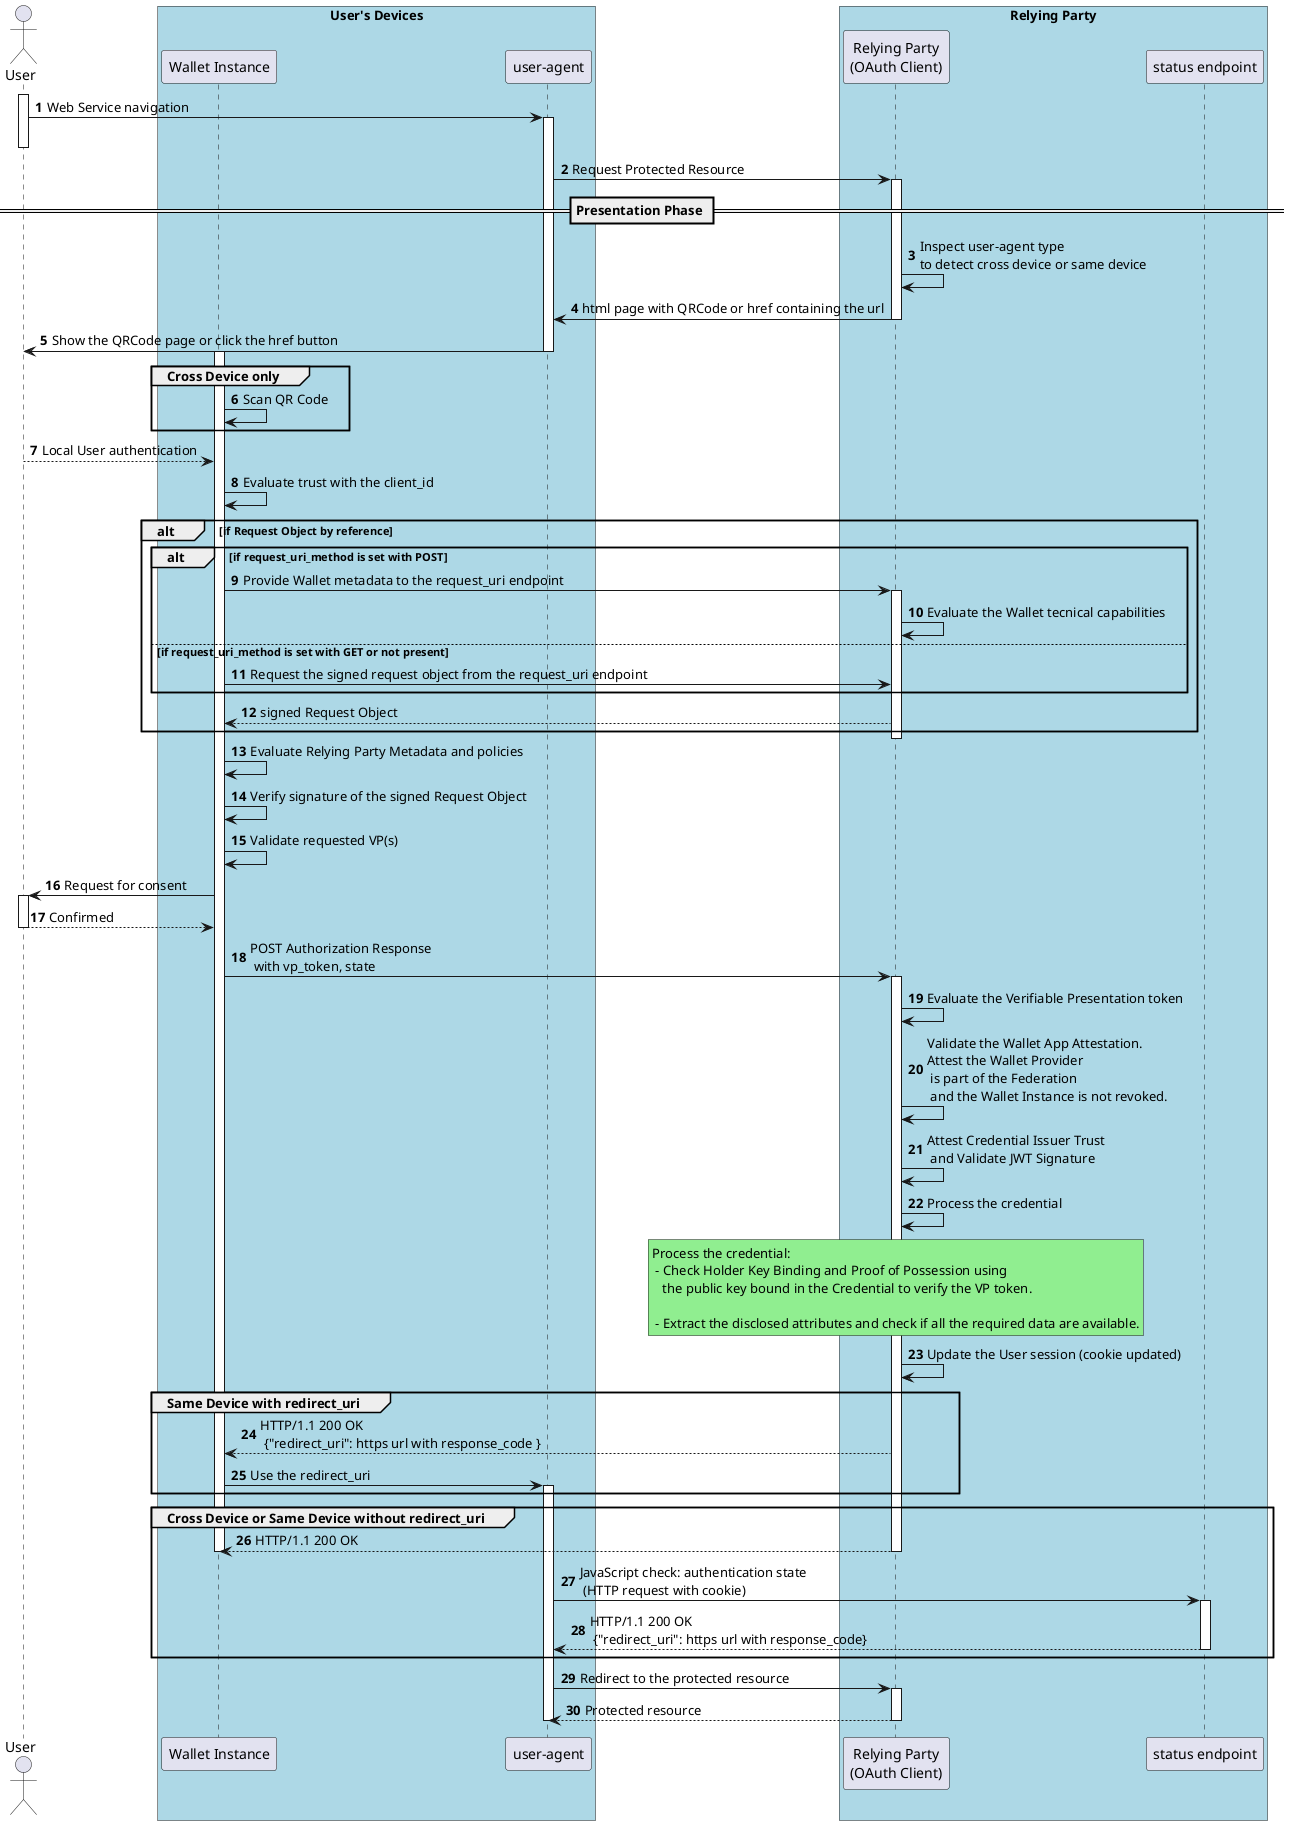
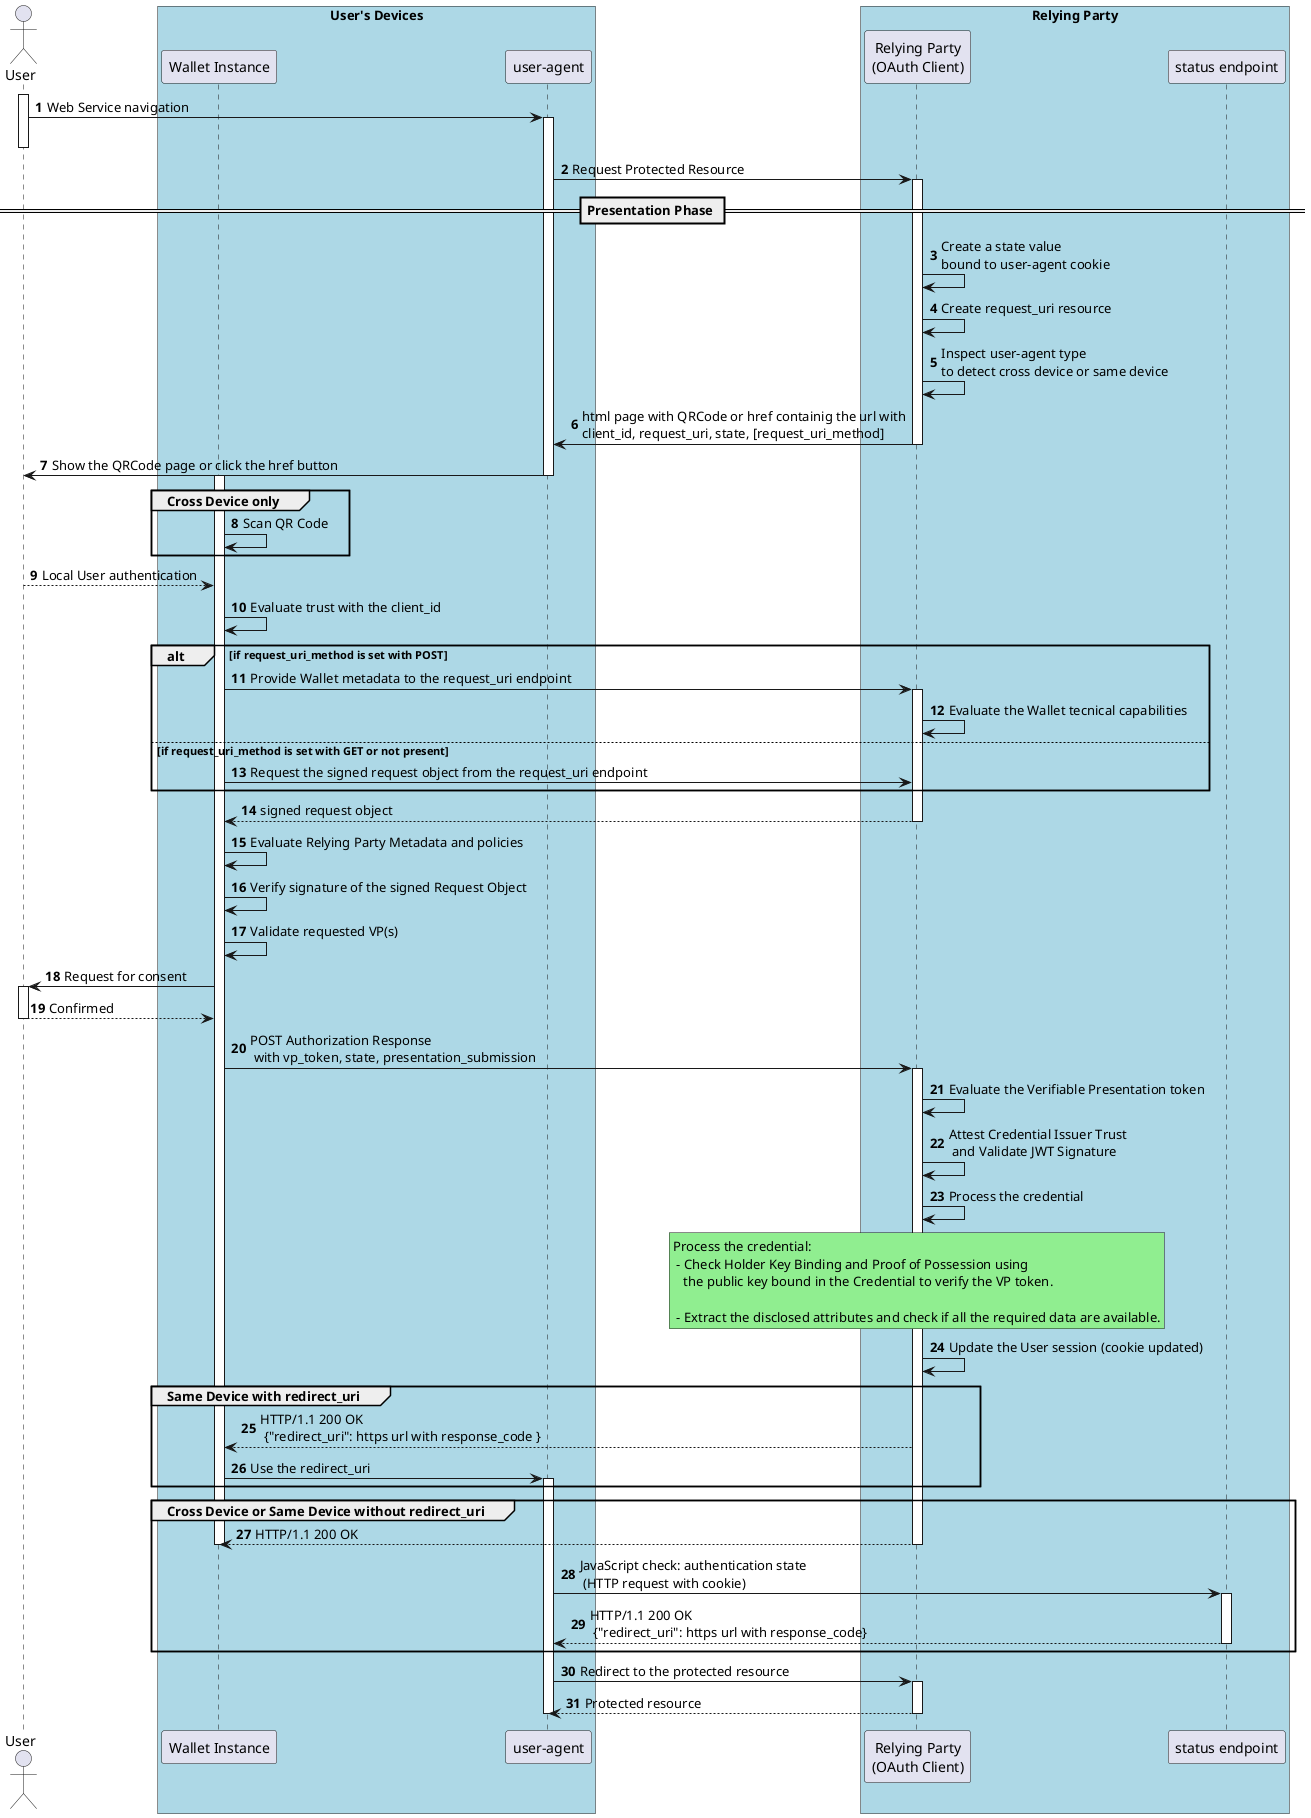
- @startuml Low-Level Remote Protocol Flow
+ @startuml
autonumber


Actor "User" as u

box "User's Devices" #LightBlue
participant "Wallet Instance" as w
participant "user-agent" as ua
end box

box "Relying Party" #LightBlue
participant "Relying Party\n(OAuth Client)" as ve
participant "status endpoint" as se
end box



activate u
u -> ua: Web Service navigation
activate ua
deactivate u
ua -> ve: Request Protected Resource

== Presentation Phase ==
activate ve
+ ve -> ve: Create a state value\nbound to user-agent cookie
+ ve -> ve: Create request_uri resource
ve -> ve: Inspect user-agent type\nto detect cross device or same device
- ve -> ua: html page with QRCode or href containing the url
+ ve -> ua: html page with QRCode or href containig the url with\nclient_id, request_uri, state, [request_uri_method]
deactivate ve


ua -> u: Show the QRCode page or click the href button
deactivate ua
activate w

group Cross Device only
w -> w: Scan QR Code
end

u --> w: Local User authentication

w -> w: Evaluate trust with the client_id

- alt if Request Object by reference
-     alt if request_uri_method is set with POST
-        w -> ve: Provide Wallet metadata to the request_uri endpoint
-        activate ve
-        ve -> ve: Evaluate the Wallet tecnical capabilities
-    else if request_uri_method is set with GET or not present
-        w -> ve: Request the signed request object from the request_uri endpoint
-    end
- 
-    ve --> w: signed Request Object
- 
+ alt if request_uri_method is set with POST
+     w -> ve: Provide Wallet metadata to the request_uri endpoint
+     activate ve
+     ve -> ve: Evaluate the Wallet tecnical capabilities
+ else if request_uri_method is set with GET or not present
+    w -> ve: Request the signed request object from the request_uri endpoint
end

+ ve --> w: signed request object
deactivate ve


w -> w: Evaluate Relying Party Metadata and policies
w -> w: Verify signature of the signed Request Object
w -> w: Validate requested VP(s)
w -> u: Request for consent
activate u
u --> w: Confirmed
deactivate u
- w -> ve: POST Authorization Response \n with vp_token, state
+ w -> ve: POST Authorization Response \n with vp_token, state, presentation_submission
activate ve
ve -> ve: Evaluate the Verifiable Presentation token
- ve -> ve: Validate the Wallet App Attestation. \nAttest the Wallet Provider\n is part of the Federation\n and the Wallet Instance is not revoked.
ve -> ve: Attest Credential Issuer Trust\n and Validate JWT Signature
ve -> ve: Process the credential

rnote over ve #LIGHTGREEN
Process the credential:
 - Check Holder Key Binding and Proof of Possession using
   the public key bound in the Credential to verify the VP token.

 - Extract the disclosed attributes and check if all the required data are available.
endrnote

ve -> ve: Update the User session (cookie updated)


group Same Device with redirect_uri
ve --> w: HTTP/1.1 200 OK\n {"redirect_uri": https url with response_code }
w -> ua: Use the redirect_uri
activate ua
end

group Cross Device or Same Device without redirect_uri
ve --> w: HTTP/1.1 200 OK
deactivate w
deactivate ve
ua -> se:  JavaScript check: authentication state \n (HTTP request with cookie)
activate se
se --> ua: HTTP/1.1 200 OK\n {"redirect_uri": https url with response_code}

deactivate se

end


ua -> ve: Redirect to the protected resource
activate ve
ve --> ua: Protected resource

deactivate ua
deactivate ve
- @enduml
+ @enduml